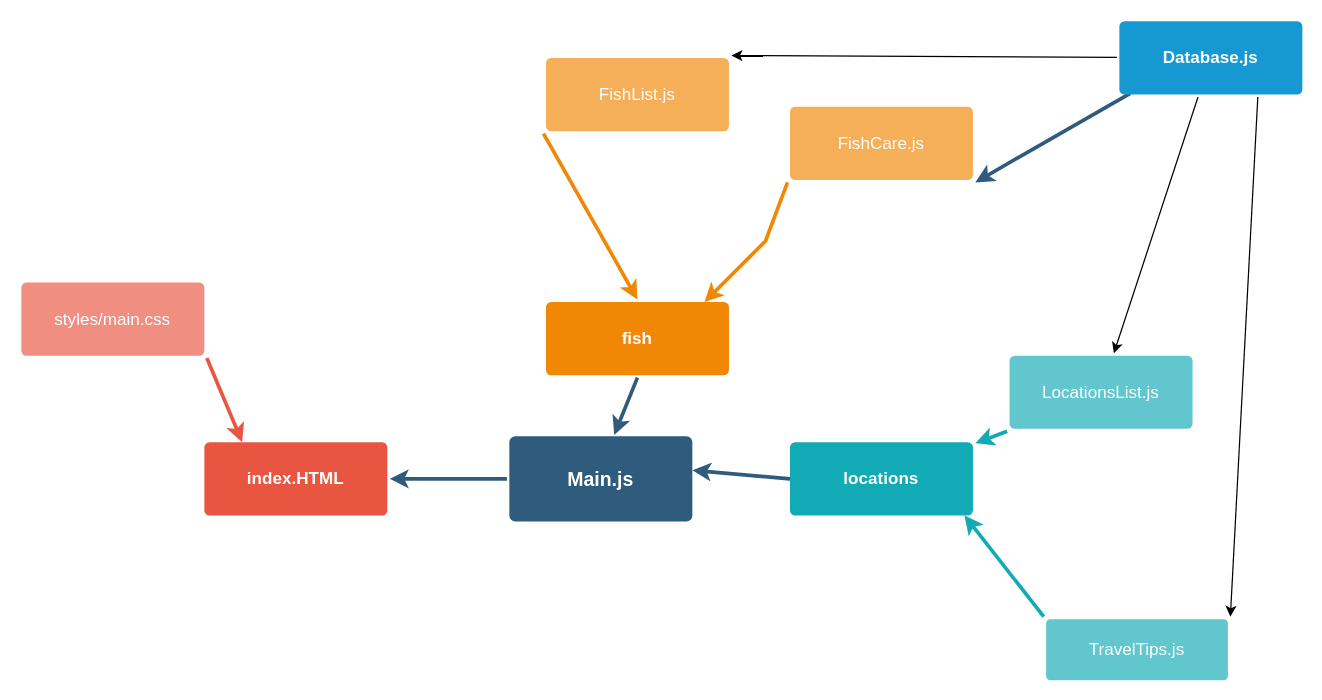
The draw.io diagram dependencyGraph.drawio in Sydney-M-Sharp/martins-aquarium, before the edit. Source tidied: cells renumbered, new cells numbered last; positions are measured from the earlier drawing's top-left corner, leaving out a move shared by most shapes. Both pictures are drawn from the tidied source at 122%, with x=0, y=0 at pixel (21, 21).
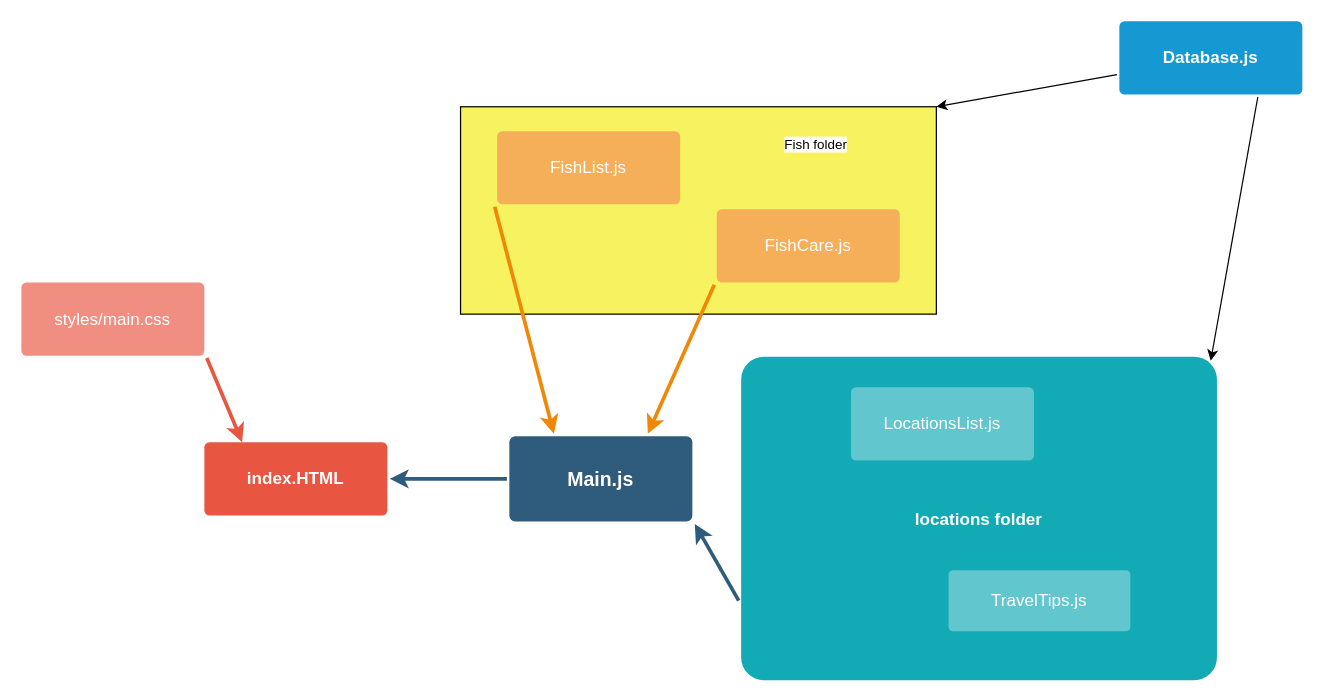
After the change.

The change refers to these unchanged cells:
```xml
<mxCell id="6" value="Main.js" style="rounded=1;whiteSpace=wrap;html=1;shadow=0;labelBackgroundColor=none;strokeColor=none;strokeWidth=3;fillColor=#2F5B7C;fontFamily=Helvetica;fontSize=16;fontColor=#FFFFFF;align=center;fontStyle=1;spacing=5;arcSize=7;perimeterSpacing=2;" parent="1" vertex="1">
  <mxGeometry x="400" y="340" width="150" height="70" as="geometry" />
</mxCell>
<mxCell id="13" value="Database.js" style="rounded=1;whiteSpace=wrap;html=1;shadow=0;labelBackgroundColor=none;strokeColor=none;strokeWidth=3;fillColor=#1699d3;fontFamily=Helvetica;fontSize=14;fontColor=#FFFFFF;align=center;spacing=5;fontStyle=1;arcSize=7;perimeterSpacing=2;" parent="1" vertex="1">
  <mxGeometry x="900" width="150" height="60" as="geometry" />
</mxCell>
```

What changed in the source:
```diff
@@
-    <mxCell id="2" style="edgeStyle=none;rounded=0;jumpStyle=none;html=1;shadow=0;labelBackgroundColor=none;startArrow=none;startFill=0;endArrow=classic;endFill=1;jettySize=auto;strokeColor=#2F5B7C;strokeWidth=3;fontFamily=Helvetica;fontSize=16;fontColor=#23445D;spacing=5;entryX=0.571;entryY=0.014;entryDx=0;entryDy=0;entryPerimeter=0;exitX=0.5;exitY=1;exitDx=0;exitDy=0;" parent="1" edge="1" source="14" target="6">
-      <mxGeometry relative="1" as="geometry" />
-    </mxCell>
-    <mxCell id="3" style="edgeStyle=none;rounded=0;jumpStyle=none;html=1;shadow=0;labelBackgroundColor=none;startArrow=none;startFill=0;endArrow=classic;endFill=1;jettySize=auto;strokeColor=#2F5B7C;strokeWidth=3;fontFamily=Helvetica;fontSize=16;fontColor=#23445D;spacing=5;entryX=0.987;entryY=0.405;entryDx=0;entryDy=0;entryPerimeter=0;" parent="1" edge="1" source="19" target="6">
-      <mxGeometry relative="1" as="geometry">
-        <Array as="points">
-          <mxPoint x="630" y="375" />
-        </Array>
-      </mxGeometry>
-    </mxCell>
-    <mxCell id="4" style="edgeStyle=none;rounded=0;jumpStyle=none;html=1;shadow=0;labelBackgroundColor=none;startArrow=none;startFill=0;endArrow=classic;endFill=1;jettySize=auto;strokeColor=#2F5B7C;strokeWidth=3;fontFamily=Helvetica;fontSize=16;fontColor=#23445D;spacing=5;exitX=0.071;exitY=0.953;exitDx=0;exitDy=0;exitPerimeter=0;entryX=1;entryY=1;entryDx=0;entryDy=0;" parent="1" edge="1" source="13" target="15">
-      <mxGeometry relative="1" as="geometry">
-        <Array as="points">
-          <mxPoint x="820" y="110" />
-        </Array>
-      </mxGeometry>
-    </mxCell>
+    <mxCell id="24" style="whiteSpace=wrap;html=1;fillColor=#F7F260;" parent="1" vertex="1">
+      <mxGeometry x="360" y="70" width="390" height="170" as="geometry" />
+    </mxCell>
@@
-    <mxCell id="10" style="edgeStyle=none;html=1;" parent="1" edge="1" source="13" target="22">
-      <mxGeometry relative="1" as="geometry" />
-    </mxCell>
-    <mxCell id="11" style="edgeStyle=none;html=1;entryX=1;entryY=0;entryDx=0;entryDy=0;" parent="1" edge="1" source="13" target="17">
+    <mxCell id="11" style="edgeStyle=none;html=1;entryX=1;entryY=0;entryDx=0;entryDy=0;" parent="1" edge="1" source="13" target="24">
       <mxGeometry relative="1" as="geometry" />
     </mxCell>
+    <mxCell id="25" value="Fish folder" style="edgeLabel;html=1;align=center;verticalAlign=middle;" parent="11" vertex="1">
+      <mxGeometry x="0.86" relative="1" as="geometry">
+        <mxPoint x="-110" y="32" as="offset" />
+      </mxGeometry>
+    </mxCell>
-    <mxCell id="12" style="edgeStyle=none;html=1;exitX=0.75;exitY=1;exitDx=0;exitDy=0;entryX=1;entryY=0;entryDx=0;entryDy=0;" parent="1" edge="1" source="13" target="20">
+    <mxCell id="12" style="edgeStyle=none;html=1;exitX=0.75;exitY=1;exitDx=0;exitDy=0;entryX=0.982;entryY=0.019;entryDx=0;entryDy=0;entryPerimeter=0;" parent="1" edge="1" source="13" target="19">
       <mxGeometry relative="1" as="geometry" />
     </mxCell>
@@
-    <mxCell id="14" value="fish" style="rounded=1;whiteSpace=wrap;html=1;shadow=0;labelBackgroundColor=none;strokeColor=none;strokeWidth=3;fillColor=#F08705;fontFamily=Helvetica;fontSize=14;fontColor=#FFFFFF;align=center;spacing=5;fontStyle=1;arcSize=7;perimeterSpacing=2;" parent="1" vertex="1">
-      <mxGeometry x="430" y="230" width="150" height="60" as="geometry" />
-    </mxCell>
     <mxCell id="15" value="FishCare.js" style="rounded=1;whiteSpace=wrap;html=1;shadow=0;labelBackgroundColor=none;strokeColor=none;strokeWidth=3;fillColor=#f5af58;fontFamily=Helvetica;fontSize=14;fontColor=#FFFFFF;align=center;spacing=5;arcSize=7;perimeterSpacing=2;" parent="1" vertex="1">
-      <mxGeometry x="630" y="70" width="150" height="60" as="geometry" />
+      <mxGeometry x="570" y="154" width="150" height="60" as="geometry" />
     </mxCell>
-    <mxCell id="16" style="edgeStyle=none;rounded=0;jumpStyle=none;html=1;shadow=0;labelBackgroundColor=none;startArrow=none;startFill=0;endArrow=classic;endFill=1;jettySize=auto;strokeColor=#F08705;strokeWidth=3;fontFamily=Helvetica;fontSize=14;fontColor=#FFFFFF;spacing=5;exitX=0;exitY=1;exitDx=0;exitDy=0;entryX=0.857;entryY=0.031;entryDx=0;entryDy=0;entryPerimeter=0;" parent="1" edge="1" source="15" target="14">
-      <mxGeometry relative="1" as="geometry">
-        <Array as="points">
-          <mxPoint x="610" y="180" />
-        </Array>
-      </mxGeometry>
+    <mxCell id="16" style="edgeStyle=none;rounded=0;jumpStyle=none;html=1;shadow=0;labelBackgroundColor=none;startArrow=none;startFill=0;endArrow=classic;endFill=1;jettySize=auto;strokeColor=#F08705;strokeWidth=3;fontFamily=Helvetica;fontSize=14;fontColor=#FFFFFF;spacing=5;exitX=0;exitY=1;exitDx=0;exitDy=0;entryX=0.75;entryY=0;entryDx=0;entryDy=0;" parent="1" edge="1" source="15" target="6">
+      <mxGeometry relative="1" as="geometry" />
     </mxCell>
     <mxCell id="17" value="FishList.js" style="rounded=1;whiteSpace=wrap;html=1;shadow=0;labelBackgroundColor=none;strokeColor=none;strokeWidth=3;fillColor=#f5af58;fontFamily=Helvetica;fontSize=14;fontColor=#FFFFFF;align=center;spacing=5;arcSize=7;perimeterSpacing=2;" parent="1" vertex="1">
-      <mxGeometry x="430" y="30" width="150" height="60" as="geometry" />
+      <mxGeometry x="390" y="90" width="150" height="60" as="geometry" />
     </mxCell>
-    <mxCell id="18" style="edgeStyle=none;rounded=0;jumpStyle=none;html=1;shadow=0;labelBackgroundColor=none;startArrow=none;startFill=0;endArrow=classic;endFill=1;jettySize=auto;strokeColor=#F08705;strokeWidth=3;fontFamily=Helvetica;fontSize=14;fontColor=#FFFFFF;spacing=5;entryX=0.5;entryY=0;entryDx=0;entryDy=0;exitX=0;exitY=1;exitDx=0;exitDy=0;" parent="1" edge="1" source="17" target="14">
+    <mxCell id="18" style="edgeStyle=none;rounded=0;jumpStyle=none;html=1;shadow=0;labelBackgroundColor=none;startArrow=none;startFill=0;endArrow=classic;endFill=1;jettySize=auto;strokeColor=#F08705;strokeWidth=3;fontFamily=Helvetica;fontSize=14;fontColor=#FFFFFF;spacing=5;entryX=0.25;entryY=0;entryDx=0;entryDy=0;exitX=0;exitY=1;exitDx=0;exitDy=0;" parent="1" edge="1" source="17" target="6">
       <mxGeometry relative="1" as="geometry" />
     </mxCell>
-    <mxCell id="19" value="locations" style="rounded=1;whiteSpace=wrap;html=1;shadow=0;labelBackgroundColor=none;strokeColor=none;strokeWidth=3;fillColor=#12aab5;fontFamily=Helvetica;fontSize=14;fontColor=#FFFFFF;align=center;spacing=5;fontStyle=1;arcSize=7;perimeterSpacing=2;" parent="1" vertex="1">
-      <mxGeometry x="630" y="345" width="150" height="60" as="geometry" />
+    <mxCell id="19" value="locations folder" style="rounded=1;whiteSpace=wrap;html=1;shadow=0;labelBackgroundColor=none;strokeColor=none;strokeWidth=3;fillColor=#12aab5;fontFamily=Helvetica;fontSize=14;fontColor=#FFFFFF;align=center;spacing=5;fontStyle=1;arcSize=7;perimeterSpacing=2;" parent="1" vertex="1">
+      <mxGeometry x="590" y="275" width="390" height="265" as="geometry" />
     </mxCell>
     <mxCell id="20" value="TravelTips.js" style="rounded=1;whiteSpace=wrap;html=1;shadow=0;labelBackgroundColor=none;strokeColor=none;strokeWidth=3;fillColor=#61c6ce;fontFamily=Helvetica;fontSize=14;fontColor=#FFFFFF;align=center;spacing=5;fontStyle=0;arcSize=7;perimeterSpacing=2;" parent="1" vertex="1">
-      <mxGeometry x="840" y="490" width="149" height="50" as="geometry" />
+      <mxGeometry x="760" y="450" width="149" height="50" as="geometry" />
     </mxCell>
-    <mxCell id="21" style="edgeStyle=none;rounded=1;jumpStyle=none;html=1;shadow=0;labelBackgroundColor=none;startArrow=none;startFill=0;jettySize=auto;strokeColor=#12AAB5;strokeWidth=3;fontFamily=Helvetica;fontSize=14;fontColor=#FFFFFF;spacing=5;fontStyle=1;fillColor=#b0e3e6;entryX=0.942;entryY=0.969;entryDx=0;entryDy=0;entryPerimeter=0;exitX=0;exitY=0;exitDx=0;exitDy=0;" parent="1" edge="1" source="20" target="19">
-      <mxGeometry relative="1" as="geometry" />
-    </mxCell>
     <mxCell id="22" value="LocationsList.js" style="rounded=1;whiteSpace=wrap;html=1;shadow=0;labelBackgroundColor=none;strokeColor=none;strokeWidth=3;fillColor=#61c6ce;fontFamily=Helvetica;fontSize=14;fontColor=#FFFFFF;align=center;spacing=5;fontStyle=0;arcSize=7;perimeterSpacing=2;" parent="1" vertex="1">
-      <mxGeometry x="810" y="274" width="150" height="60" as="geometry" />
+      <mxGeometry x="680" y="300" width="150" height="60" as="geometry" />
     </mxCell>
-    <mxCell id="23" style="edgeStyle=none;rounded=1;jumpStyle=none;html=1;shadow=0;labelBackgroundColor=none;startArrow=none;startFill=0;jettySize=auto;strokeColor=#12AAB5;strokeWidth=3;fontFamily=Helvetica;fontSize=14;fontColor=#FFFFFF;spacing=5;fontStyle=1;fillColor=#b0e3e6;exitX=0;exitY=1;exitDx=0;exitDy=0;" parent="1" edge="1" source="22" target="19">
-      <mxGeometry relative="1" as="geometry" />
-    </mxCell>
+    <mxCell id="3" style="edgeStyle=none;rounded=0;jumpStyle=none;html=1;shadow=0;labelBackgroundColor=none;startArrow=none;startFill=0;endArrow=classic;endFill=1;jettySize=auto;strokeColor=#2F5B7C;strokeWidth=3;fontFamily=Helvetica;fontSize=16;fontColor=#23445D;spacing=5;entryX=1;entryY=1;entryDx=0;entryDy=0;exitX=0;exitY=0.75;exitDx=0;exitDy=0;" parent="1" edge="1" source="19" target="6">
+      <mxGeometry relative="1" as="geometry" />
+    </mxCell>
```
